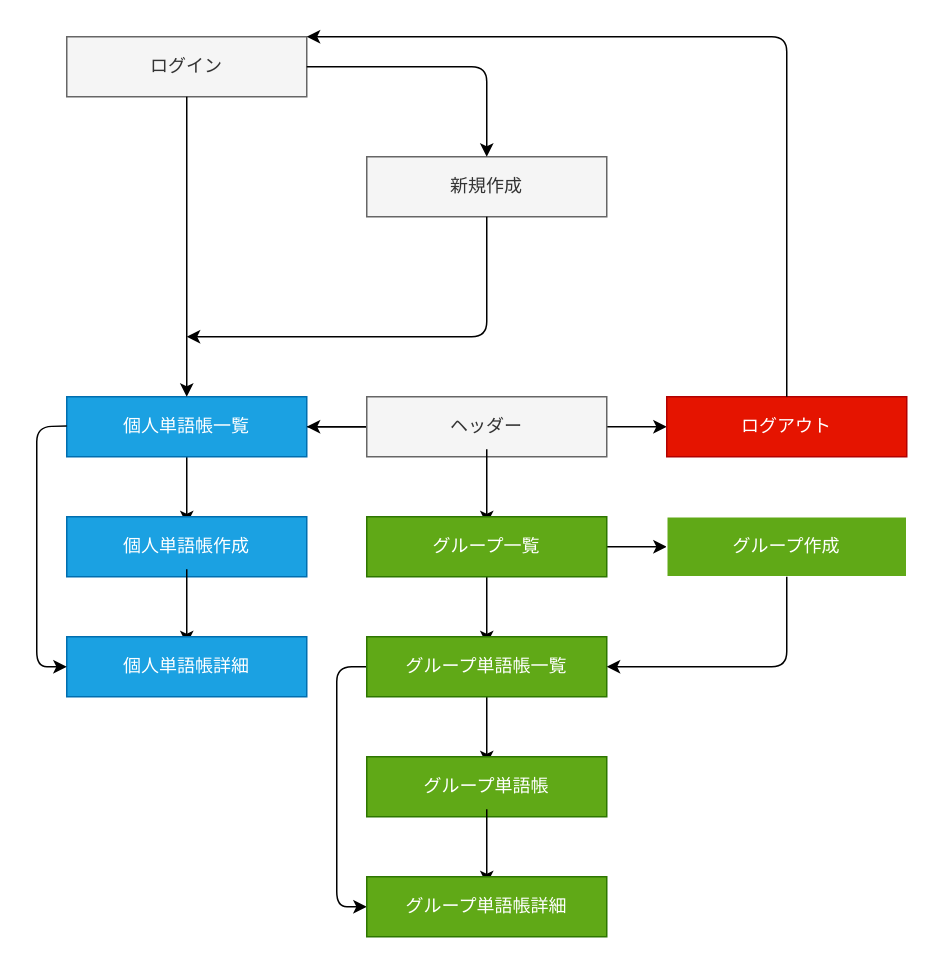
takosan-0428/PSI-Mk-II keeps this draw.io diagram as page "全画面構成図" (2 of 3) of document.drawio. Above is the earlier version. Source tidied: cells renumbered, new cells numbered last; positions are measured from the earlier drawing's top-left corner, leaving out a move shared by most shapes. Both pictures are drawn from the tidied source at 150%, with x=0, y=0 at pixel (36, 36).
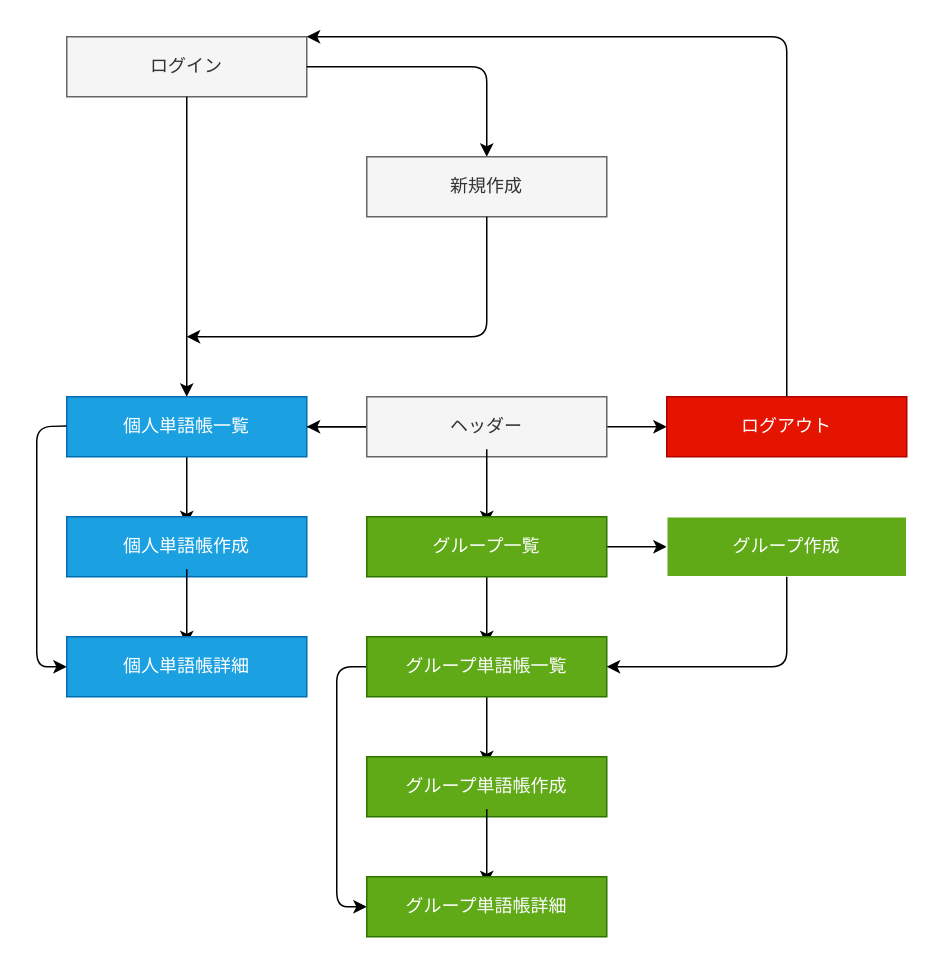
Above is the later version.

The edit, as a diff of the source:
```diff
@@
-    <mxCell id="24" value="グループ単語帳" style="rounded=0;whiteSpace=wrap;html=1;strokeColor=#2D7600;fillColor=#60a917;fontColor=#ffffff;align=center;fontStyle=0;" parent="1" vertex="1">
+    <mxCell id="24" value="グループ単語帳作成" style="rounded=0;whiteSpace=wrap;html=1;strokeColor=#2D7600;fillColor=#60a917;fontColor=#ffffff;align=center;fontStyle=0;" parent="1" vertex="1">
       <mxGeometry x="220" y="480" width="160" height="40" as="geometry" />
     </mxCell>
```
